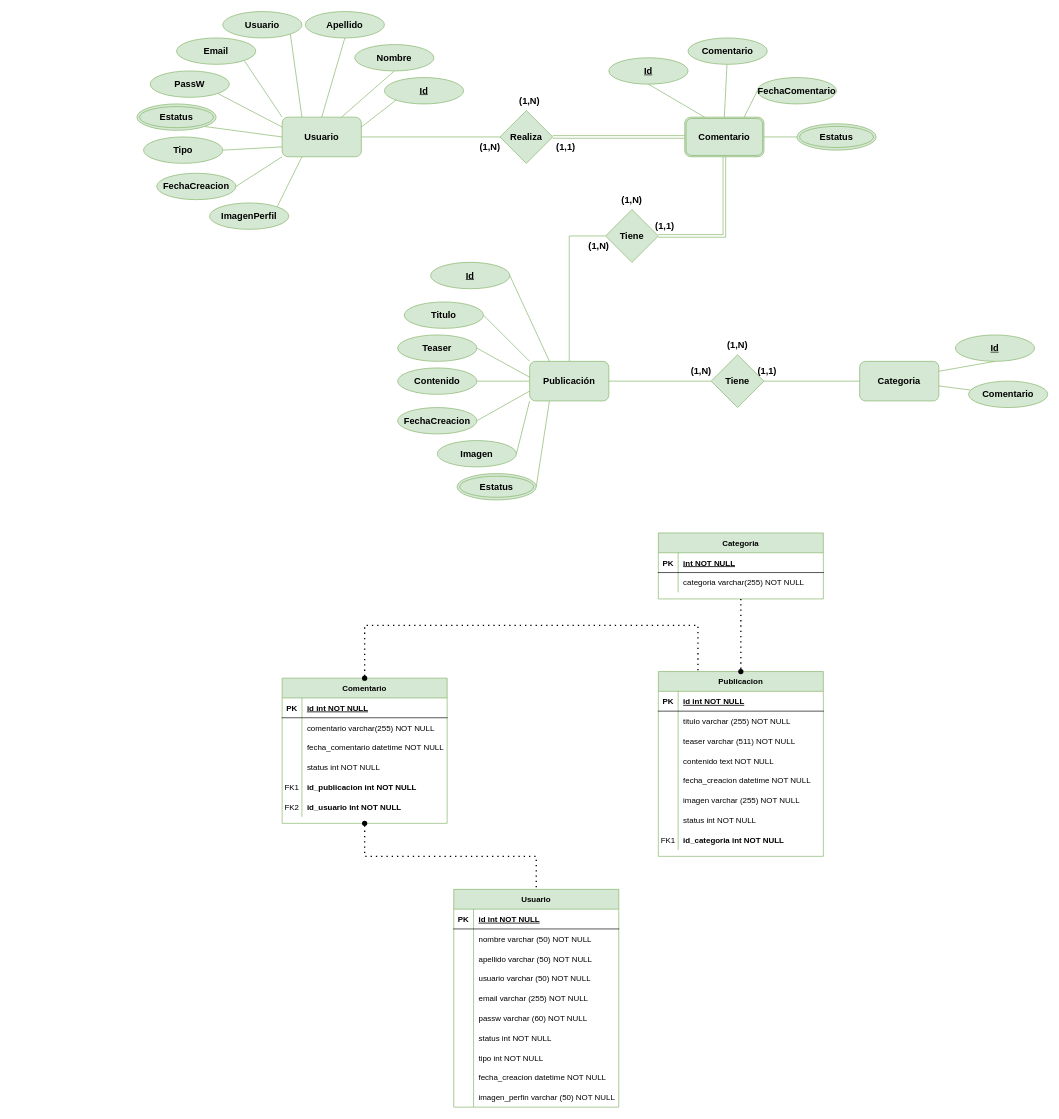
This is Equipo7_ProyectoFinalWeb.drawio from gabbyhuell/Equipo7_ProyectoWeb, a draw.io file, before an edit. Source tidied: cells renumbered, new cells numbered last; positions are measured from the earlier drawing's top-left corner, leaving out a move shared by most shapes. Both pictures are drawn from the tidied source at 66%, with x=0, y=0 at pixel (137, 11).
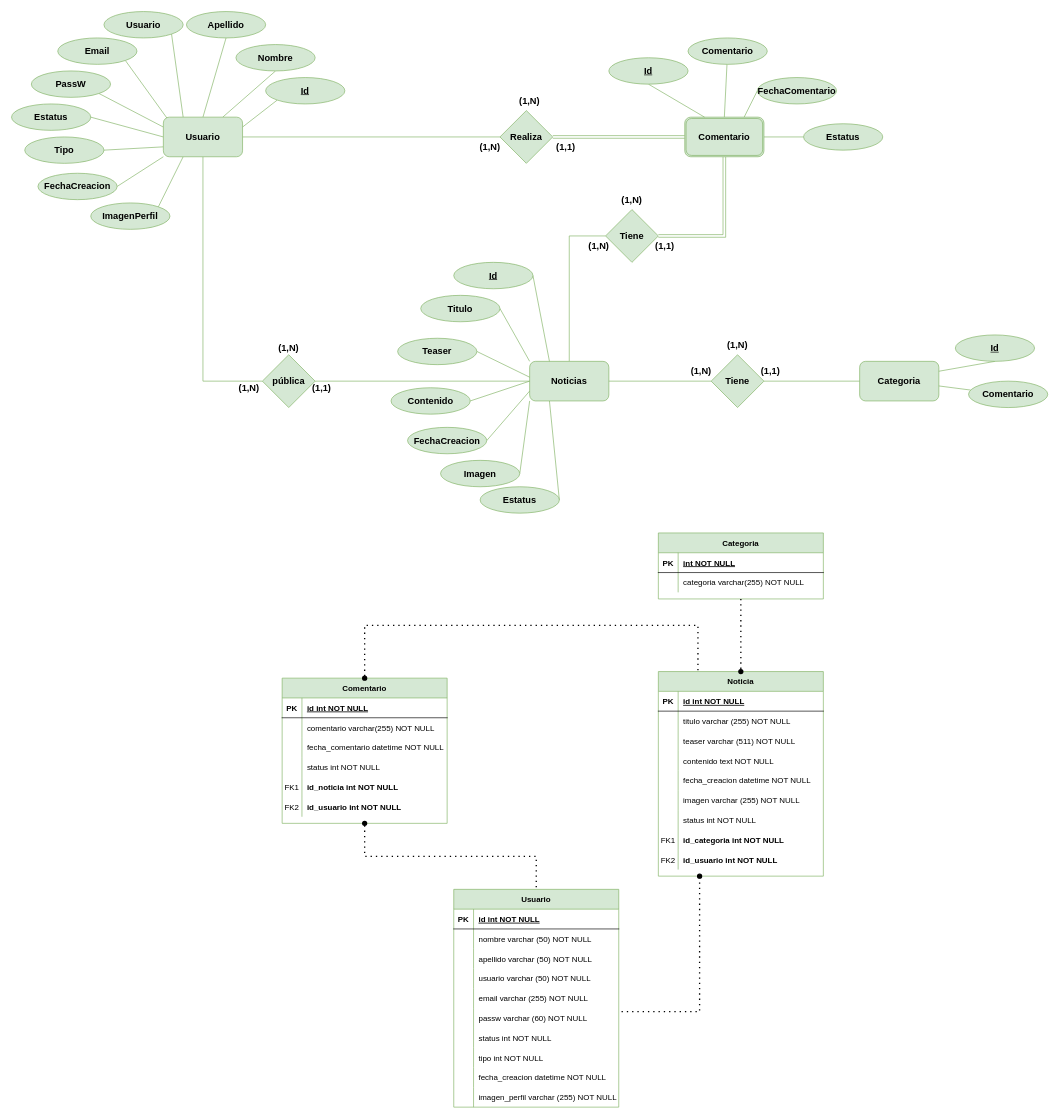
The same page after the edit.

The change refers to these unchanged cells:
```xml
<mxCell id="15" style="shape=partialRectangle;fillColor=none;top=0;left=0;right=0;bottom=0;" parent="2" vertex="1">
  <mxGeometry y="150" width="250" height="30" as="geometry" />
</mxCell>
<mxCell id="62" style="shape=partialRectangle;fillColor=none;points=[[0,0.5],[1,0.5]];portConstraint=eastwest;top=0;left=0;right=0;bottom=0;" parent="46" vertex="1">
  <mxGeometry y="180" width="250" height="30" as="geometry" />
</mxCell>
<mxCell id="74" style="shape=partialRectangle;fillColor=none;top=0;left=0;right=0;bottom=0;" parent="46" vertex="1">
  <mxGeometry y="300" width="250" height="30" as="geometry" />
</mxCell>
<mxCell id="91" value="&lt;b&gt;Comentario&lt;/b&gt;" style="shape=ext;double=1;rounded=1;whiteSpace=wrap;html=1;strokeColor=#82b366;fontSize=14;fillColor=#d5e8d4;" parent="1" vertex="1">
  <mxGeometry x="830" y="160" width="120" height="60" as="geometry" />
</mxCell>
```

Diff of the diagram source:
```diff
@@
-    <mxCell id="17" value="id_publicacion int NOT NULL" style="shape=partialRectangle;overflow=hidden;fillColor=none;top=0;left=0;bottom=0;right=0;align=left;spacingLeft=6;fontStyle=1;" parent="15" vertex="1">
+    <mxCell id="17" value="id_noticia int NOT NULL" style="shape=partialRectangle;overflow=hidden;fillColor=none;top=0;left=0;bottom=0;right=0;align=left;spacingLeft=6;fontStyle=1;" parent="15" vertex="1">
       <mxGeometry x="30" width="220" height="30" as="geometry" />
     </mxCell>
@@
-    <mxCell id="21" value="Publicacion" style="shape=table;startSize=30;childLayout=tableLayout;rowLines=0;fontStyle=1;align=center;fillColor=#d5e8d4;strokeColor=#82b366;" parent="1" vertex="1">
-      <mxGeometry x="790" y="1000" width="250" height="280" as="geometry" />
+    <mxCell id="21" value="Noticia" style="shape=table;startSize=30;childLayout=tableLayout;rowLines=0;fontStyle=1;align=center;fillColor=#d5e8d4;strokeColor=#82b366;" parent="1" vertex="1">
+      <mxGeometry x="790" y="1000" width="250" height="310" as="geometry" />
     </mxCell>
@@
+    <mxCell id="158" style="shape=partialRectangle;fillColor=none;top=0;left=0;right=0;bottom=0;" parent="21" vertex="1">
+      <mxGeometry y="270" width="250" height="30" as="geometry" />
+    </mxCell>
+    <mxCell id="159" value="FK2" style="shape=partialRectangle;overflow=hidden;fillColor=none;top=0;left=0;bottom=0;right=0;" parent="158" vertex="1">
+      <mxGeometry width="30" height="30" as="geometry" />
+    </mxCell>
+    <mxCell id="160" value="id_usuario int NOT NULL" style="shape=partialRectangle;overflow=hidden;fillColor=none;top=0;left=0;bottom=0;right=0;align=left;spacingLeft=6;fontStyle=1;" parent="158" vertex="1">
+      <mxGeometry x="30" width="220" height="30" as="geometry" />
+    </mxCell>
@@
-    <mxCell id="76" value="imagen_perfin varchar (50) NOT NULL" style="shape=partialRectangle;overflow=hidden;fillColor=none;top=0;left=0;bottom=0;right=0;align=left;spacingLeft=6;" parent="74" vertex="1">
+    <mxCell id="76" value="imagen_perfil varchar (255) NOT NULL" style="shape=partialRectangle;overflow=hidden;fillColor=none;top=0;left=0;bottom=0;right=0;align=left;spacingLeft=6;" parent="74" vertex="1">
       <mxGeometry x="30" width="220" height="30" as="geometry" />
     </mxCell>
@@
-    <mxCell id="85" value="&lt;font style=&quot;font-size: 14px;&quot;&gt;&lt;b&gt;Usuario&lt;/b&gt;&lt;/font&gt;" style="rounded=1;whiteSpace=wrap;html=1;fillColor=#d5e8d4;strokeColor=#82b366;" parent="1" vertex="1">
-      <mxGeometry x="220" y="160" width="120" height="60" as="geometry" />
-    </mxCell>
+    <mxCell id="161" style="edgeStyle=orthogonalEdgeStyle;rounded=0;jettySize=auto;html=1;exitX=0.5;exitY=1;exitDx=0;exitDy=0;entryX=0;entryY=0.5;entryDx=0;entryDy=0;fontSize=18;endArrow=none;endFill=0;fillColor=#d5e8d4;strokeColor=#82b366;" parent="1" edge="1" source="85" target="167">
+      <mxGeometry relative="1" as="geometry" />
+    </mxCell>
@@
-    <mxCell id="88" value="&lt;font style=&quot;font-size: 14px;&quot;&gt;&lt;b&gt;Publicación&lt;/b&gt;&lt;/font&gt;" style="rounded=1;whiteSpace=wrap;html=1;fillColor=#d5e8d4;strokeColor=#82b366;" parent="1" vertex="1">
+    <mxCell id="88" value="&lt;font style=&quot;font-size: 14px;&quot;&gt;&lt;b&gt;Noticias&lt;/b&gt;&lt;/font&gt;" style="rounded=1;whiteSpace=wrap;html=1;fillColor=#d5e8d4;strokeColor=#82b366;" parent="1" vertex="1">
       <mxGeometry x="595" y="530" width="120" height="60" as="geometry" />
     </mxCell>
@@
     <mxCell id="94" value="&lt;b&gt;&lt;u&gt;Id&lt;/u&gt;&lt;/b&gt;" style="ellipse;whiteSpace=wrap;html=1;strokeColor=#82b366;fontSize=14;fillColor=#d5e8d4;" parent="1" vertex="1">
-      <mxGeometry x="375" y="100" width="120" height="40" as="geometry" />
+      <mxGeometry x="195" y="100" width="120" height="40" as="geometry" />
     </mxCell>
@@
     <mxCell id="96" value="&lt;b&gt;Nombre&lt;/b&gt;" style="ellipse;whiteSpace=wrap;html=1;strokeColor=#82b366;fontSize=14;fillColor=#d5e8d4;" parent="1" vertex="1">
-      <mxGeometry x="330" y="50" width="120" height="40" as="geometry" />
+      <mxGeometry x="150" y="50" width="120" height="40" as="geometry" />
     </mxCell>
@@
     <mxCell id="98" value="&lt;b&gt;Apellido&lt;/b&gt;" style="ellipse;whiteSpace=wrap;html=1;strokeColor=#82b366;fontSize=14;fillColor=#d5e8d4;" parent="1" vertex="1">
-      <mxGeometry x="255" width="120" height="40" as="geometry" />
+      <mxGeometry x="75" width="120" height="40" as="geometry" />
     </mxCell>
     <mxCell id="99" style="edgeStyle=none;rounded=0;jettySize=auto;html=1;fontSize=14;endArrow=none;endFill=0;exitX=1;exitY=1;exitDx=0;exitDy=0;fillColor=#d5e8d4;strokeColor=#82b366;" parent="1" edge="1" source="100">
       <mxGeometry relative="1" as="geometry">
-        <mxPoint x="250" y="160" as="targetPoint" />
+        <mxPoint x="70" y="160" as="targetPoint" />
       </mxGeometry>
     </mxCell>
     <mxCell id="100" value="&lt;b&gt;Usuario&lt;br&gt;&lt;/b&gt;" style="ellipse;whiteSpace=wrap;html=1;strokeColor=#82b366;fontSize=14;fillColor=#d5e8d4;" parent="1" vertex="1">
-      <mxGeometry x="130" width="120" height="40" as="geometry" />
+      <mxGeometry x="-50" width="120" height="40" as="geometry" />
     </mxCell>
@@
     <mxCell id="102" value="&lt;b&gt;PassW&lt;/b&gt;" style="ellipse;whiteSpace=wrap;html=1;strokeColor=#82b366;fontSize=14;fillColor=#d5e8d4;" parent="1" vertex="1">
-      <mxGeometry x="20" y="90" width="120" height="40" as="geometry" />
+      <mxGeometry x="-160" y="90" width="120" height="40" as="geometry" />
     </mxCell>
-    <mxCell id="103" style="edgeStyle=none;rounded=0;jettySize=auto;html=1;exitX=1;exitY=1;exitDx=0;exitDy=0;fontSize=14;endArrow=none;endFill=0;entryX=0;entryY=0;entryDx=0;entryDy=0;fillColor=#d5e8d4;strokeColor=#82b366;" parent="1" edge="1" source="104" target="85">
+    <mxCell id="103" style="edgeStyle=none;rounded=0;jettySize=auto;html=1;exitX=1;exitY=1;exitDx=0;exitDy=0;fontSize=14;endArrow=none;endFill=0;entryX=0.05;entryY=0.036;entryDx=0;entryDy=0;fillColor=#d5e8d4;strokeColor=#82b366;entryPerimeter=0;" parent="1" edge="1" source="104" target="85">
       <mxGeometry relative="1" as="geometry" />
     </mxCell>
     <mxCell id="104" value="&lt;b&gt;Email&lt;/b&gt;" style="ellipse;whiteSpace=wrap;html=1;strokeColor=#82b366;fontSize=14;fillColor=#d5e8d4;" parent="1" vertex="1">
-      <mxGeometry x="60" y="40" width="120" height="40" as="geometry" />
+      <mxGeometry x="-120" y="40" width="120" height="40" as="geometry" />
     </mxCell>
@@
     <mxCell id="106" value="&lt;b&gt;ImagenPerfil&lt;/b&gt;" style="ellipse;whiteSpace=wrap;html=1;strokeColor=#82b366;fontSize=14;fillColor=#d5e8d4;" parent="1" vertex="1">
-      <mxGeometry x="110" y="290" width="120" height="40" as="geometry" />
+      <mxGeometry x="-70" y="290" width="120" height="40" as="geometry" />
     </mxCell>
-    <mxCell id="107" style="edgeStyle=none;rounded=0;jettySize=auto;html=1;exitX=1;exitY=1;exitDx=0;exitDy=0;entryX=0;entryY=0.5;entryDx=0;entryDy=0;fontSize=14;endArrow=none;endFill=0;fillColor=#d5e8d4;strokeColor=#82b366;" parent="1" edge="1" source="110" target="85">
+    <mxCell id="107" style="edgeStyle=none;rounded=0;jettySize=auto;html=1;exitX=1;exitY=0.5;exitDx=0;exitDy=0;entryX=0;entryY=0.5;entryDx=0;entryDy=0;fontSize=14;endArrow=none;endFill=0;fillColor=#d5e8d4;strokeColor=#82b366;" parent="1" edge="1" source="162" target="85">
       <mxGeometry relative="1" as="geometry" />
     </mxCell>
@@
     <mxCell id="109" value="&lt;b&gt;Tipo&lt;/b&gt;" style="ellipse;whiteSpace=wrap;html=1;strokeColor=#82b366;fontSize=14;fillColor=#d5e8d4;" parent="1" vertex="1">
-      <mxGeometry x="10" y="190" width="120" height="40" as="geometry" />
+      <mxGeometry x="-170" y="190" width="120" height="40" as="geometry" />
     </mxCell>
-    <mxCell id="110" value="&lt;b&gt;Estatus&lt;/b&gt;" style="ellipse;shape=doubleEllipse;whiteSpace=wrap;html=1;strokeColor=#82b366;fontSize=14;fillColor=#d5e8d4;" parent="1" vertex="1">
-      <mxGeometry y="140" width="120" height="40" as="geometry" />
-    </mxCell>
@@
     <mxCell id="112" value="&lt;b&gt;FechaCreacion&lt;/b&gt;" style="ellipse;whiteSpace=wrap;html=1;strokeColor=#82b366;fontSize=14;fillColor=#d5e8d4;" parent="1" vertex="1">
-      <mxGeometry x="30" y="245" width="120" height="40" as="geometry" />
+      <mxGeometry x="-150" y="245" width="120" height="40" as="geometry" />
     </mxCell>
@@
     <mxCell id="120" value="&lt;b&gt;&lt;u&gt;Id&lt;/u&gt;&lt;/b&gt;" style="ellipse;whiteSpace=wrap;html=1;strokeColor=#82b366;fontSize=14;fillColor=#d5e8d4;" parent="1" vertex="1">
-      <mxGeometry x="445" y="380" width="120" height="40" as="geometry" />
+      <mxGeometry x="480" y="380" width="120" height="40" as="geometry" />
     </mxCell>
@@
     <mxCell id="122" value="&lt;b&gt;Titulo&lt;br&gt;&lt;/b&gt;" style="ellipse;whiteSpace=wrap;html=1;strokeColor=#82b366;fontSize=14;fillColor=#d5e8d4;" parent="1" vertex="1">
-      <mxGeometry x="405" y="440" width="120" height="40" as="geometry" />
+      <mxGeometry x="430" y="430" width="120" height="40" as="geometry" />
     </mxCell>
@@
     <mxCell id="124" value="&lt;b&gt;Teaser&lt;/b&gt;" style="ellipse;whiteSpace=wrap;html=1;strokeColor=#82b366;fontSize=14;fillColor=#d5e8d4;" parent="1" vertex="1">
-      <mxGeometry x="395" y="490" width="120" height="40" as="geometry" />
+      <mxGeometry x="395" y="495" width="120" height="40" as="geometry" />
     </mxCell>
@@
     <mxCell id="126" value="&lt;b&gt;Contenido&lt;br&gt;&lt;/b&gt;" style="ellipse;whiteSpace=wrap;html=1;strokeColor=#82b366;fontSize=14;fillColor=#d5e8d4;" parent="1" vertex="1">
-      <mxGeometry x="395" y="540" width="120" height="40" as="geometry" />
+      <mxGeometry x="385" y="570" width="120" height="40" as="geometry" />
     </mxCell>
@@
     <mxCell id="128" value="&lt;b&gt;Imagen&lt;br&gt;&lt;/b&gt;" style="ellipse;whiteSpace=wrap;html=1;strokeColor=#82b366;fontSize=14;fillColor=#d5e8d4;" parent="1" vertex="1">
-      <mxGeometry x="455" y="650" width="120" height="40" as="geometry" />
+      <mxGeometry x="460" y="680" width="120" height="40" as="geometry" />
     </mxCell>
@@
     <mxCell id="130" value="&lt;b&gt;FechaCreacion&lt;/b&gt;" style="ellipse;whiteSpace=wrap;html=1;strokeColor=#82b366;fontSize=14;fillColor=#d5e8d4;" parent="1" vertex="1">
-      <mxGeometry x="395" y="600" width="120" height="40" as="geometry" />
+      <mxGeometry x="410" y="630" width="120" height="40" as="geometry" />
     </mxCell>
-    <mxCell id="131" style="edgeStyle=none;rounded=0;jettySize=auto;html=1;exitX=1;exitY=0.5;exitDx=0;exitDy=0;fontSize=14;endArrow=none;endFill=0;fillColor=#d5e8d4;strokeColor=#82b366;entryX=0.25;entryY=1;entryDx=0;entryDy=0;" parent="1" edge="1" source="132" target="88">
+    <mxCell id="131" style="edgeStyle=none;rounded=0;jettySize=auto;html=1;exitX=1;exitY=0.5;exitDx=0;exitDy=0;fontSize=14;endArrow=none;endFill=0;fillColor=#d5e8d4;strokeColor=#82b366;entryX=0.25;entryY=1;entryDx=0;entryDy=0;" parent="1" edge="1" source="163" target="88">
       <mxGeometry relative="1" as="geometry" />
     </mxCell>
-    <mxCell id="132" value="&lt;b&gt;Estatus&lt;/b&gt;" style="ellipse;shape=doubleEllipse;whiteSpace=wrap;html=1;strokeColor=#82b366;fontSize=14;fillColor=#d5e8d4;" parent="1" vertex="1">
-      <mxGeometry x="485" y="700" width="120" height="40" as="geometry" />
-    </mxCell>
@@
     <mxCell id="141" value="&lt;b&gt;(1,1)&lt;/b&gt;" style="text;html=1;strokeColor=none;fillColor=none;align=center;verticalAlign=middle;whiteSpace=wrap;rounded=0;fontSize=14;" parent="1" vertex="1">
-      <mxGeometry x="925" y="530" width="60" height="30" as="geometry" />
+      <mxGeometry x="930" y="530" width="60" height="30" as="geometry" />
     </mxCell>
@@
     <mxCell id="144" value="&lt;b&gt;(1,1)&lt;/b&gt;" style="text;html=1;strokeColor=none;fillColor=none;align=center;verticalAlign=middle;whiteSpace=wrap;rounded=0;fontSize=14;rotation=0;" parent="1" vertex="1">
-      <mxGeometry x="770" y="310" width="60" height="30" as="geometry" />
+      <mxGeometry x="770" y="340" width="60" height="30" as="geometry" />
     </mxCell>
@@
-    <mxCell id="151" style="edgeStyle=none;rounded=0;jettySize=auto;html=1;exitX=0;exitY=0.5;exitDx=0;exitDy=0;fontSize=14;endArrow=none;endFill=0;fillColor=#d5e8d4;strokeColor=#82b366;entryX=1;entryY=0.5;entryDx=0;entryDy=0;" parent="1" edge="1" source="152" target="91">
+    <mxCell id="151" style="edgeStyle=none;rounded=0;jettySize=auto;html=1;exitX=0;exitY=0.5;exitDx=0;exitDy=0;fontSize=14;endArrow=none;endFill=0;fillColor=#d5e8d4;strokeColor=#82b366;entryX=1;entryY=0.5;entryDx=0;entryDy=0;" parent="1" edge="1" source="164" target="91">
       <mxGeometry relative="1" as="geometry" />
     </mxCell>
-    <mxCell id="152" value="&lt;b&gt;Estatus&lt;/b&gt;" style="ellipse;shape=doubleEllipse;whiteSpace=wrap;html=1;strokeColor=#82b366;fontSize=14;fillColor=#d5e8d4;" parent="1" vertex="1">
-      <mxGeometry x="1000" y="170" width="120" height="40" as="geometry" />
-    </mxCell>
@@
+    <mxCell id="162" value="&lt;b&gt;Estatus&lt;/b&gt;" style="ellipse;whiteSpace=wrap;html=1;strokeColor=#82b366;fontSize=14;fillColor=#d5e8d4;" parent="1" vertex="1">
+      <mxGeometry x="-190" y="140" width="120" height="40" as="geometry" />
+    </mxCell>
+    <mxCell id="163" value="&lt;b&gt;Estatus&lt;/b&gt;" style="ellipse;whiteSpace=wrap;html=1;strokeColor=#82b366;fontSize=14;fillColor=#d5e8d4;" parent="1" vertex="1">
+      <mxGeometry x="520" y="720" width="120" height="40" as="geometry" />
+    </mxCell>
+    <mxCell id="164" value="&lt;b&gt;Estatus&lt;/b&gt;" style="ellipse;whiteSpace=wrap;html=1;strokeColor=#82b366;fontSize=14;fillColor=#d5e8d4;" parent="1" vertex="1">
+      <mxGeometry x="1010" y="170" width="120" height="40" as="geometry" />
+    </mxCell>
+    <mxCell id="165" style="endArrow=oval;dashed=1;html=1;dashPattern=1 3;strokeWidth=2;rounded=0;fontSize=18;exitX=1.017;exitY=0.176;exitDx=0;exitDy=0;exitPerimeter=0;entryX=0.25;entryY=1;entryDx=0;entryDy=0;edgeStyle=orthogonalEdgeStyle;endFill=1;" parent="1" edge="1" source="62" target="21">
+      <mxGeometry relative="1" as="geometry" />
+    </mxCell>
+    <mxCell id="166" style="rounded=0;jettySize=auto;html=1;exitX=1;exitY=0.5;exitDx=0;exitDy=0;fontSize=18;endArrow=none;endFill=0;entryX=0;entryY=0.5;entryDx=0;entryDy=0;fillColor=#d5e8d4;strokeColor=#82b366;" parent="1" edge="1" source="167" target="88">
+      <mxGeometry relative="1" as="geometry" />
+    </mxCell>
+    <mxCell id="167" value="&lt;b&gt;pública&lt;/b&gt;" style="rhombus;whiteSpace=wrap;html=1;strokeColor=#82b366;fontSize=14;fillColor=#d5e8d4;" parent="1" vertex="1">
+      <mxGeometry x="190" y="520" width="80" height="80" as="geometry" />
+    </mxCell>
+    <mxCell id="168" value="&lt;b&gt;(1,N)&lt;/b&gt;" style="text;html=1;strokeColor=none;fillColor=none;align=center;verticalAlign=middle;whiteSpace=wrap;rounded=0;fontSize=14;rotation=0;" parent="1" vertex="1">
+      <mxGeometry x="200" y="495" width="60" height="30" as="geometry" />
+    </mxCell>
+    <mxCell id="169" value="&lt;b&gt;(1,N)&lt;/b&gt;" style="text;html=1;strokeColor=none;fillColor=none;align=center;verticalAlign=middle;whiteSpace=wrap;rounded=0;fontSize=14;rotation=0;" parent="1" vertex="1">
+      <mxGeometry x="140" y="555" width="60" height="30" as="geometry" />
+    </mxCell>
+    <mxCell id="170" value="&lt;b&gt;(1,1)&lt;/b&gt;" style="text;html=1;strokeColor=none;fillColor=none;align=center;verticalAlign=middle;whiteSpace=wrap;rounded=0;fontSize=14;" parent="1" vertex="1">
+      <mxGeometry x="250" y="555" width="60" height="30" as="geometry" />
+    </mxCell>
+    <mxCell id="85" value="&lt;font style=&quot;font-size: 14px;&quot;&gt;&lt;b&gt;Usuario&lt;/b&gt;&lt;/font&gt;" style="rounded=1;whiteSpace=wrap;html=1;fillColor=#d5e8d4;strokeColor=#82b366;" parent="1" vertex="1">
+      <mxGeometry x="40" y="160" width="120" height="60" as="geometry" />
+    </mxCell>
```
